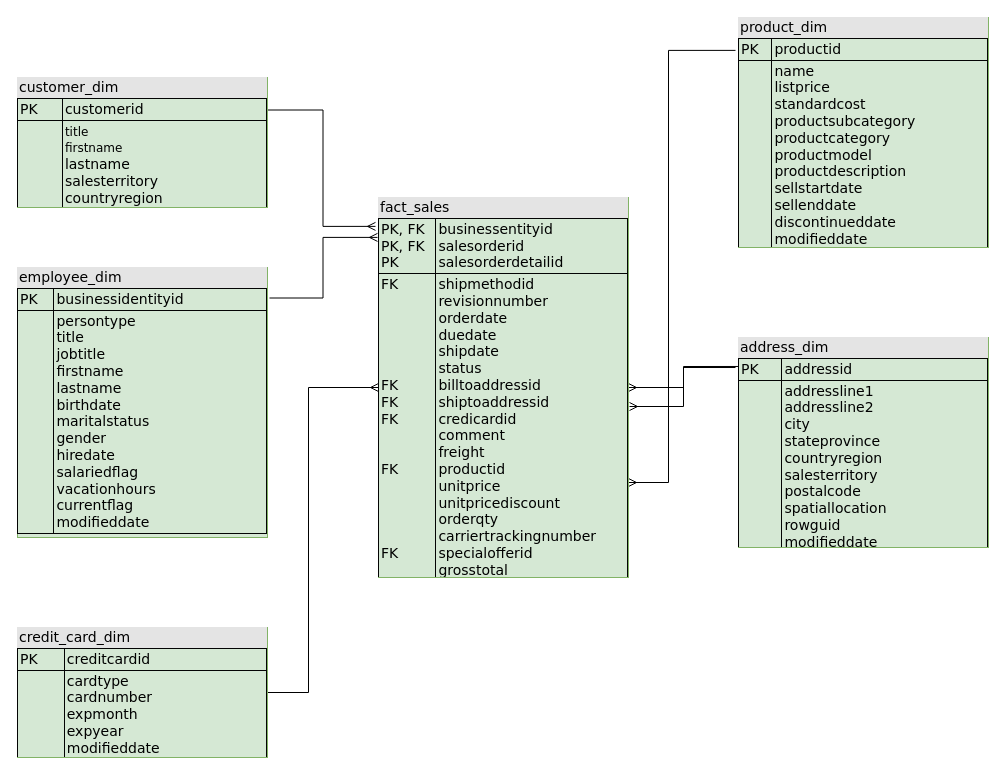
glbarr/AdventureWorks_DW keeps this draw.io diagram as page "dw_model" (1 of 6) of data_models.drawio. Above is the earlier version. Source tidied: cells renumbered, new cells numbered last; positions are measured from the earlier drawing's top-left corner, leaving out a move shared by most shapes. Both pictures are drawn from the tidied source at 100%, with x=0, y=0 at pixel (17, 17).
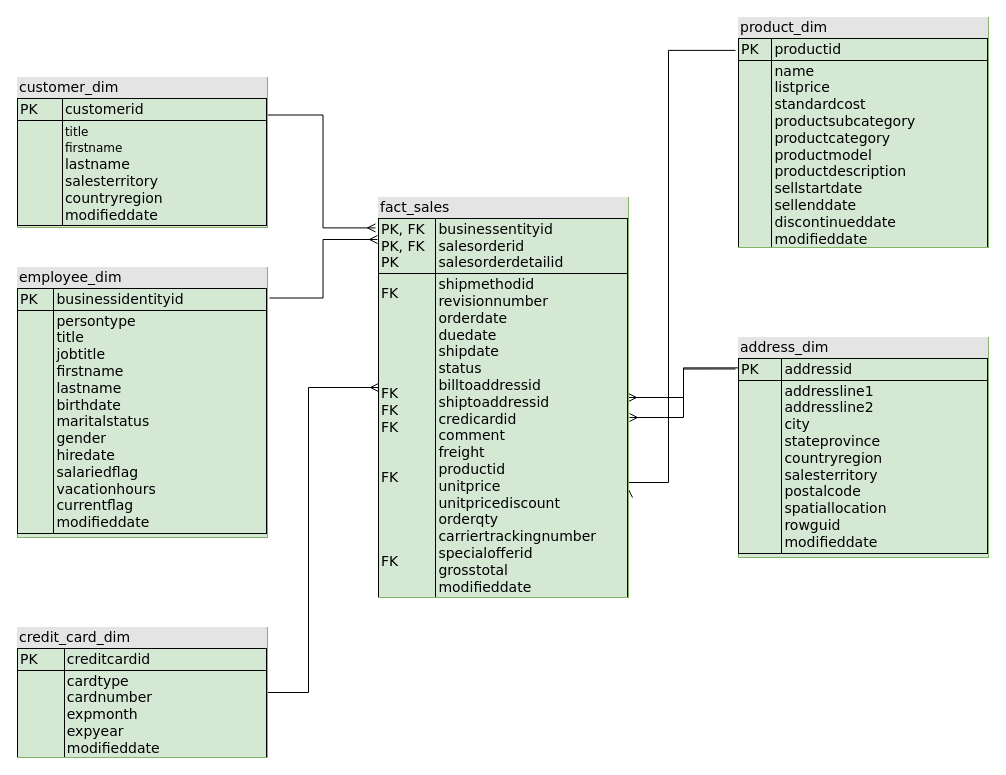
The same diagram, later.

Diff of the diagram source:
```diff
@@
 <mxGraphModel>
   <root>
     <mxCell id="0" />
     <mxCell id="1" parent="0" />
     <mxCell id="2" style="edgeStyle=orthogonalEdgeStyle;rounded=0;jettySize=auto;html=1;exitX=1;exitY=0.5;exitDx=0;exitDy=0;entryX=0.004;entryY=0.138;entryDx=0;entryDy=0;entryPerimeter=0;fontSize=14;startArrow=ERmany;startFill=0;endArrow=none;endFill=0;" parent="1" edge="1" source="7" target="9">
       <mxGeometry relative="1" as="geometry" />
     </mxCell>
     <mxCell id="3" style="edgeStyle=orthogonalEdgeStyle;rounded=0;jettySize=auto;html=1;exitX=1.004;exitY=0.55;exitDx=0;exitDy=0;entryX=-0.012;entryY=0.143;entryDx=0;entryDy=0;entryPerimeter=0;fontSize=14;startArrow=ERmany;startFill=0;endArrow=none;endFill=0;exitPerimeter=0;" parent="1" edge="1" source="7" target="9">
       <mxGeometry relative="1" as="geometry" />
     </mxCell>
     <mxCell id="4" style="edgeStyle=orthogonalEdgeStyle;rounded=0;jettySize=auto;html=1;entryX=1.008;entryY=0.113;entryDx=0;entryDy=0;entryPerimeter=0;endArrow=none;endFill=0;startArrow=ERmany;startFill=0;exitX=-0.004;exitY=0.105;exitDx=0;exitDy=0;exitPerimeter=0;" parent="1" edge="1" source="7" target="12">
       <mxGeometry relative="1" as="geometry" />
     </mxCell>
     <mxCell id="5" style="edgeStyle=orthogonalEdgeStyle;rounded=0;jettySize=auto;html=1;entryX=-0.012;entryY=0.143;entryDx=0;entryDy=0;entryPerimeter=0;startArrow=ERmany;startFill=0;endArrow=none;endFill=0;exitX=1;exitY=0.75;exitDx=0;exitDy=0;" parent="1" edge="1" source="7" target="8">
       <mxGeometry relative="1" as="geometry">
         <Array as="points">
           <mxPoint x="651" y="465" />
           <mxPoint x="651" y="33" />
         </Array>
       </mxGeometry>
     </mxCell>
     <mxCell id="6" style="edgeStyle=orthogonalEdgeStyle;rounded=0;jettySize=auto;html=1;startArrow=ERmany;startFill=0;endArrow=none;endFill=0;" parent="1" edge="1" source="7" target="13">
       <mxGeometry relative="1" as="geometry">
         <Array as="points">
           <mxPoint x="291" y="370" />
         </Array>
       </mxGeometry>
     </mxCell>
-    <mxCell id="7" value="&lt;div style=&quot;box-sizing: border-box; width: 100%; background: rgb(228, 228, 228); padding: 2px; font-size: 14px;&quot;&gt;fact_sales&lt;/div&gt;&lt;table border=&quot;1&quot; style=&quot;width: 100%; font-size: 14px; border: 1px solid rgb(3, 3, 3); border-collapse: collapse;&quot; cellpadding=&quot;2&quot; cellspacing=&quot;0&quot;&gt;&lt;tbody style=&quot;font-size: 14px;&quot;&gt;&lt;tr style=&quot;font-size: 14px;&quot;&gt;&lt;td style=&quot;font-size: 14px;&quot;&gt;PK, FK&lt;br&gt;PK, FK&lt;br&gt;PK&lt;/td&gt;&lt;td style=&quot;font-size: 14px;&quot;&gt;businessentityid&lt;br&gt;salesorderid&lt;br&gt;salesorderdetailid&lt;/td&gt;&lt;/tr&gt;&lt;tr style=&quot;font-size: 14px;&quot;&gt;&lt;td style=&quot;font-size: 14px;&quot;&gt;FK&lt;br&gt;&lt;br&gt;&lt;br&gt;&lt;br&gt;&lt;br&gt;&lt;br&gt;FK&lt;br&gt;FK&lt;br&gt;FK&lt;br&gt;&lt;br&gt;&lt;br&gt;FK&lt;br&gt;&lt;br&gt;&lt;br&gt;&lt;br&gt;&lt;br&gt;FK&lt;br&gt;&lt;br style=&quot;font-size: 14px;&quot;&gt;&lt;/td&gt;&lt;td style=&quot;font-size: 14px;&quot;&gt;shipmethodid&lt;br&gt;revisionnumber&lt;br&gt;orderdate&lt;br&gt;duedate&lt;br&gt;shipdate&lt;br&gt;status&lt;br&gt;billtoaddressid&lt;br&gt;shiptoaddressid&lt;br&gt;credicardid&lt;br&gt;comment&lt;br&gt;freight&lt;br&gt;productid&lt;br&gt;unitprice&lt;br&gt;unitpricediscount&lt;br&gt;orderqty&lt;br&gt;carriertrackingnumber&lt;br&gt;specialofferid&lt;br&gt;grosstotal&lt;/td&gt;&lt;/tr&gt;&lt;/tbody&gt;&lt;/table&gt;" style="verticalAlign=top;align=left;overflow=fill;html=1;rounded=0;shadow=0;comic=0;labelBackgroundColor=none;strokeWidth=1;fontFamily=Verdana;fontSize=14;fillColor=#d5e8d4;strokeColor=#82b366;" parent="1" vertex="1">
-      <mxGeometry x="361" y="180" width="250" height="380" as="geometry" />
+    <mxCell id="7" value="&lt;div style=&quot;box-sizing: border-box; width: 100%; background: rgb(228, 228, 228); padding: 2px; font-size: 14px;&quot;&gt;fact_sales&lt;/div&gt;&lt;table border=&quot;1&quot; style=&quot;width: 100%; font-size: 14px; border: 1px solid rgb(3, 3, 3); border-collapse: collapse;&quot; cellpadding=&quot;2&quot; cellspacing=&quot;0&quot;&gt;&lt;tbody style=&quot;font-size: 14px;&quot;&gt;&lt;tr style=&quot;font-size: 14px;&quot;&gt;&lt;td style=&quot;font-size: 14px;&quot;&gt;PK, FK&lt;br&gt;PK, FK&lt;br&gt;PK&lt;/td&gt;&lt;td style=&quot;font-size: 14px;&quot;&gt;businessentityid&lt;br&gt;salesorderid&lt;br&gt;salesorderdetailid&lt;/td&gt;&lt;/tr&gt;&lt;tr style=&quot;font-size: 14px;&quot;&gt;&lt;td style=&quot;font-size: 14px;&quot;&gt;FK&lt;br&gt;&lt;br&gt;&lt;br&gt;&lt;br&gt;&lt;br&gt;&lt;br&gt;FK&lt;br&gt;FK&lt;br&gt;FK&lt;br&gt;&lt;br&gt;&lt;br&gt;FK&lt;br&gt;&lt;br&gt;&lt;br&gt;&lt;br&gt;&lt;br&gt;FK&lt;br&gt;&lt;br style=&quot;font-size: 14px;&quot;&gt;&lt;/td&gt;&lt;td style=&quot;font-size: 14px;&quot;&gt;shipmethodid&lt;br&gt;revisionnumber&lt;br&gt;orderdate&lt;br&gt;duedate&lt;br&gt;shipdate&lt;br&gt;status&lt;br&gt;billtoaddressid&lt;br&gt;shiptoaddressid&lt;br&gt;credicardid&lt;br&gt;comment&lt;br&gt;freight&lt;br&gt;productid&lt;br&gt;unitprice&lt;br&gt;unitpricediscount&lt;br&gt;orderqty&lt;br&gt;carriertrackingnumber&lt;br&gt;specialofferid&lt;br&gt;grosstotal&lt;br&gt;modifieddate&lt;/td&gt;&lt;/tr&gt;&lt;/tbody&gt;&lt;/table&gt;" style="verticalAlign=top;align=left;overflow=fill;html=1;rounded=0;shadow=0;comic=0;labelBackgroundColor=none;strokeWidth=1;fontFamily=Verdana;fontSize=14;fillColor=#d5e8d4;strokeColor=#82b366;" parent="1" vertex="1">
+      <mxGeometry x="361" y="180" width="250" height="400" as="geometry" />
     </mxCell>
     <mxCell id="8" value="&lt;div style=&quot;box-sizing: border-box; width: 100%; background: rgb(228, 228, 228); padding: 2px; font-size: 14px;&quot;&gt;product_dim&lt;/div&gt;&lt;table border=&quot;1&quot; style=&quot;width: 100%; font-size: 14px; border: 1px solid rgb(3, 3, 3); border-collapse: collapse;&quot; cellpadding=&quot;2&quot; cellspacing=&quot;0&quot;&gt;&lt;tbody style=&quot;font-size: 14px;&quot;&gt;&lt;tr style=&quot;font-size: 14px;&quot;&gt;&lt;td style=&quot;font-size: 14px;&quot;&gt;PK&lt;/td&gt;&lt;td style=&quot;font-size: 14px;&quot;&gt;productid&lt;/td&gt;&lt;/tr&gt;&lt;tr style=&quot;font-size: 14px;&quot;&gt;&lt;td style=&quot;font-size: 14px;&quot;&gt;&lt;br style=&quot;font-size: 14px;&quot;&gt;&lt;/td&gt;&lt;td style=&quot;font-size: 14px;&quot;&gt;name&lt;br style=&quot;font-size: 14px;&quot;&gt;listprice&lt;br style=&quot;font-size: 14px;&quot;&gt;standardcost&lt;br style=&quot;font-size: 14px;&quot;&gt;productsubcategory&lt;br style=&quot;font-size: 14px;&quot;&gt;productcategory&lt;br style=&quot;font-size: 14px;&quot;&gt;productmodel&lt;br style=&quot;font-size: 14px;&quot;&gt;productdescription&lt;br style=&quot;font-size: 14px;&quot;&gt;sellstartdate&lt;br style=&quot;font-size: 14px;&quot;&gt;sellenddate&lt;br style=&quot;font-size: 14px;&quot;&gt;discontinueddate&lt;br style=&quot;font-size: 14px;&quot;&gt;modifieddate&lt;/td&gt;&lt;/tr&gt;&lt;/tbody&gt;&lt;/table&gt;" style="verticalAlign=top;align=left;overflow=fill;html=1;rounded=0;shadow=0;comic=0;labelBackgroundColor=none;strokeWidth=1;fontFamily=Verdana;fontSize=14;fillColor=#d5e8d4;strokeColor=#82b366;" parent="1" vertex="1">
       <mxGeometry x="721" width="250" height="230" as="geometry" />
     </mxCell>
     <mxCell id="9" value="&lt;div style=&quot;box-sizing: border-box; width: 100%; background: rgb(228, 228, 228); padding: 2px; font-size: 14px;&quot;&gt;address_dim&lt;/div&gt;&lt;table border=&quot;1&quot; style=&quot;width: 100%; font-size: 14px; border: 1px solid rgb(3, 3, 3); border-collapse: collapse;&quot; cellpadding=&quot;2&quot; cellspacing=&quot;0&quot;&gt;&lt;tbody style=&quot;font-size: 14px;&quot;&gt;&lt;tr style=&quot;font-size: 14px;&quot;&gt;&lt;td style=&quot;font-size: 14px;&quot;&gt;PK&lt;/td&gt;&lt;td style=&quot;font-size: 14px;&quot;&gt;addressid&lt;/td&gt;&lt;/tr&gt;&lt;tr style=&quot;font-size: 14px;&quot;&gt;&lt;td style=&quot;font-size: 14px;&quot;&gt;&lt;br style=&quot;font-size: 14px;&quot;&gt;&lt;/td&gt;&lt;td style=&quot;font-size: 14px;&quot;&gt;&lt;span style=&quot;font-size: 14px;&quot;&gt;addressline1&lt;/span&gt;&lt;br style=&quot;font-size: 14px;&quot;&gt;&lt;span style=&quot;font-size: 14px;&quot;&gt;addressline2&lt;/span&gt;&lt;br style=&quot;font-size: 14px;&quot;&gt;&lt;span style=&quot;font-size: 14px;&quot;&gt;city&lt;/span&gt;&lt;br style=&quot;font-size: 14px;&quot;&gt;&lt;span style=&quot;font-size: 14px;&quot;&gt;stateprovince&lt;br style=&quot;font-size: 14px;&quot;&gt;&lt;/span&gt;countryregion&lt;br style=&quot;font-size: 14px;&quot;&gt;salesterritory&lt;br style=&quot;font-size: 14px;&quot;&gt;&lt;span style=&quot;font-size: 14px;&quot;&gt;postalcode&lt;/span&gt;&lt;br style=&quot;font-size: 14px;&quot;&gt;&lt;span style=&quot;font-size: 14px;&quot;&gt;spatiallocation&lt;/span&gt;&lt;br style=&quot;font-size: 14px;&quot;&gt;&lt;span style=&quot;font-size: 14px;&quot;&gt;rowguid&lt;/span&gt;&lt;br style=&quot;font-size: 14px;&quot;&gt;&lt;span style=&quot;font-size: 14px;&quot;&gt;modifieddate&lt;/span&gt;&lt;br style=&quot;font-size: 14px;&quot;&gt;&lt;/td&gt;&lt;/tr&gt;&lt;/tbody&gt;&lt;/table&gt;" style="verticalAlign=top;align=left;overflow=fill;html=1;rounded=0;shadow=0;comic=0;labelBackgroundColor=none;strokeWidth=1;fontFamily=Verdana;fontSize=14;fillColor=#d5e8d4;strokeColor=#82b366;" parent="1" vertex="1">
-      <mxGeometry x="721" y="320" width="250" height="210" as="geometry" />
+      <mxGeometry x="721" y="320" width="250" height="220" as="geometry" />
     </mxCell>
     <mxCell id="10" style="edgeStyle=orthogonalEdgeStyle;rounded=0;jettySize=auto;html=1;exitX=1;exitY=0.25;exitDx=0;exitDy=0;startArrow=none;startFill=0;endArrow=ERmany;endFill=0;entryX=-0.012;entryY=0.076;entryDx=0;entryDy=0;entryPerimeter=0;" parent="1" edge="1" source="11" target="7">
       <mxGeometry relative="1" as="geometry" />
     </mxCell>
-    <mxCell id="11" value="&lt;div style=&quot;box-sizing: border-box; width: 100%; background: rgb(228, 228, 228); padding: 2px; font-size: 14px;&quot;&gt;customer_dim&lt;/div&gt;&lt;table border=&quot;1&quot; style=&quot;width: 100%; font-size: 14px; border: 1px solid rgb(3, 3, 3); border-collapse: collapse;&quot; cellpadding=&quot;2&quot; cellspacing=&quot;0&quot;&gt;&lt;tbody style=&quot;font-size: 14px;&quot;&gt;&lt;tr style=&quot;font-size: 14px;&quot;&gt;&lt;td style=&quot;font-size: 14px;&quot;&gt;PK&lt;/td&gt;&lt;td style=&quot;font-size: 14px;&quot;&gt;customerid&lt;br&gt;&lt;/td&gt;&lt;/tr&gt;&lt;tr style=&quot;font-size: 14px;&quot;&gt;&lt;td style=&quot;font-size: 14px;&quot;&gt;&lt;br style=&quot;font-size: 14px;&quot;&gt;&lt;/td&gt;&lt;td style=&quot;font-size: 14px;&quot;&gt;&lt;span style=&quot;font-size: 12px;&quot;&gt;title&lt;br&gt;firstname&lt;br&gt;&lt;/span&gt;lastname&lt;br&gt;salesterritory&lt;br&gt;countryregion&lt;br&gt;&lt;/td&gt;&lt;/tr&gt;&lt;/tbody&gt;&lt;/table&gt;" style="verticalAlign=top;align=left;overflow=fill;html=1;rounded=0;shadow=0;comic=0;labelBackgroundColor=none;strokeWidth=1;fontFamily=Verdana;fontSize=14;fillColor=#d5e8d4;strokeColor=#82b366;" parent="1" vertex="1">
-      <mxGeometry y="60" width="250" height="130" as="geometry" />
+    <mxCell id="11" value="&lt;div style=&quot;box-sizing: border-box; width: 100%; background: rgb(228, 228, 228); padding: 2px; font-size: 14px;&quot;&gt;customer_dim&lt;/div&gt;&lt;table border=&quot;1&quot; style=&quot;width: 100%; font-size: 14px; border: 1px solid rgb(3, 3, 3); border-collapse: collapse;&quot; cellpadding=&quot;2&quot; cellspacing=&quot;0&quot;&gt;&lt;tbody style=&quot;font-size: 14px;&quot;&gt;&lt;tr style=&quot;font-size: 14px;&quot;&gt;&lt;td style=&quot;font-size: 14px;&quot;&gt;PK&lt;/td&gt;&lt;td style=&quot;font-size: 14px;&quot;&gt;customerid&lt;br&gt;&lt;/td&gt;&lt;/tr&gt;&lt;tr style=&quot;font-size: 14px;&quot;&gt;&lt;td style=&quot;font-size: 14px;&quot;&gt;&lt;br style=&quot;font-size: 14px;&quot;&gt;&lt;/td&gt;&lt;td style=&quot;font-size: 14px;&quot;&gt;&lt;span style=&quot;font-size: 12px;&quot;&gt;title&lt;br&gt;firstname&lt;br&gt;&lt;/span&gt;lastname&lt;br&gt;salesterritory&lt;br&gt;countryregion&lt;br&gt;modifieddate&lt;br&gt;&lt;/td&gt;&lt;/tr&gt;&lt;/tbody&gt;&lt;/table&gt;" style="verticalAlign=top;align=left;overflow=fill;html=1;rounded=0;shadow=0;comic=0;labelBackgroundColor=none;strokeWidth=1;fontFamily=Verdana;fontSize=14;fillColor=#d5e8d4;strokeColor=#82b366;" parent="1" vertex="1">
+      <mxGeometry y="60" width="250" height="150" as="geometry" />
     </mxCell>
     <mxCell id="12" value="&lt;div style=&quot;box-sizing: border-box; width: 100%; background: rgb(228, 228, 228); padding: 2px; font-size: 14px;&quot;&gt;employee_dim&lt;/div&gt;&lt;table border=&quot;1&quot; style=&quot;width: 100%; font-size: 14px; border: 1px solid rgb(3, 3, 3); border-collapse: collapse;&quot; cellpadding=&quot;2&quot; cellspacing=&quot;0&quot;&gt;&lt;tbody style=&quot;font-size: 14px;&quot;&gt;&lt;tr style=&quot;font-size: 14px;&quot;&gt;&lt;td style=&quot;font-size: 14px;&quot;&gt;PK&lt;/td&gt;&lt;td style=&quot;font-size: 14px;&quot;&gt;businessidentityid&lt;/td&gt;&lt;/tr&gt;&lt;tr style=&quot;font-size: 14px;&quot;&gt;&lt;td style=&quot;font-size: 14px;&quot;&gt;&lt;br style=&quot;font-size: 14px;&quot;&gt;&lt;/td&gt;&lt;td style=&quot;font-size: 14px;&quot;&gt;persontype&lt;br&gt;title&lt;br&gt;jobtitle&lt;br&gt;firstname&lt;br&gt;lastname&lt;br&gt;birthdate&lt;br&gt;maritalstatus&lt;br&gt;gender&lt;br&gt;hiredate&lt;br&gt;salariedflag&lt;br&gt;vacationhours&lt;br&gt;currentflag&lt;br&gt;modifieddate&lt;/td&gt;&lt;/tr&gt;&lt;/tbody&gt;&lt;/table&gt;" style="verticalAlign=top;align=left;overflow=fill;html=1;rounded=0;shadow=0;comic=0;labelBackgroundColor=none;strokeWidth=1;fontFamily=Verdana;fontSize=14;fillColor=#d5e8d4;strokeColor=#82b366;" parent="1" vertex="1">
       <mxGeometry y="250" width="250" height="270" as="geometry" />
     </mxCell>
     <mxCell id="13" value="&lt;div style=&quot;box-sizing: border-box; width: 100%; background: rgb(228, 228, 228); padding: 2px; font-size: 14px;&quot;&gt;credit_card_dim&lt;/div&gt;&lt;table border=&quot;1&quot; style=&quot;width: 100%; font-size: 14px; border: 1px solid rgb(3, 3, 3); border-collapse: collapse;&quot; cellpadding=&quot;2&quot; cellspacing=&quot;0&quot;&gt;&lt;tbody style=&quot;font-size: 14px;&quot;&gt;&lt;tr style=&quot;font-size: 14px;&quot;&gt;&lt;td style=&quot;font-size: 14px;&quot;&gt;PK&lt;/td&gt;&lt;td style=&quot;font-size: 14px;&quot;&gt;creditcardid&lt;/td&gt;&lt;/tr&gt;&lt;tr style=&quot;font-size: 14px;&quot;&gt;&lt;td style=&quot;font-size: 14px;&quot;&gt;&lt;br&gt;&lt;/td&gt;&lt;td style=&quot;font-size: 14px;&quot;&gt;cardtype&lt;br&gt;cardnumber&lt;br&gt;expmonth&lt;br&gt;expyear&lt;br&gt;modifieddate&lt;/td&gt;&lt;/tr&gt;&lt;/tbody&gt;&lt;/table&gt;" style="verticalAlign=top;align=left;overflow=fill;html=1;rounded=0;shadow=0;comic=0;labelBackgroundColor=none;strokeWidth=1;fontFamily=Verdana;fontSize=14;fillColor=#d5e8d4;strokeColor=#82b366;" parent="1" vertex="1">
       <mxGeometry y="610" width="250" height="130" as="geometry" />
     </mxCell>
   </root>
 </mxGraphModel>
```
